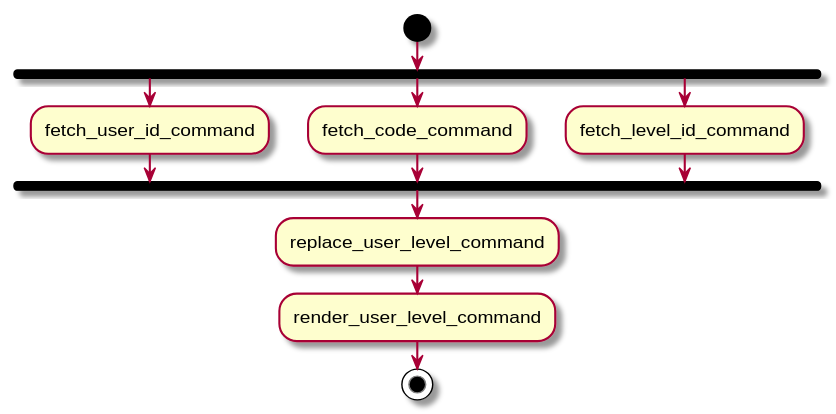
arpb2/C-3PO keeps this PlantUML diagram as build/uml/user_level_put_controller.svg. Above is the earlier version. The source it was exported from:
```plantuml
@startuml
start
fork
:fetch_user_id_command;
fork again
:fetch_code_command;
fork again
:fetch_level_id_command;
end fork
:replace_user_level_command;
:render_user_level_command;
stop
@enduml
```
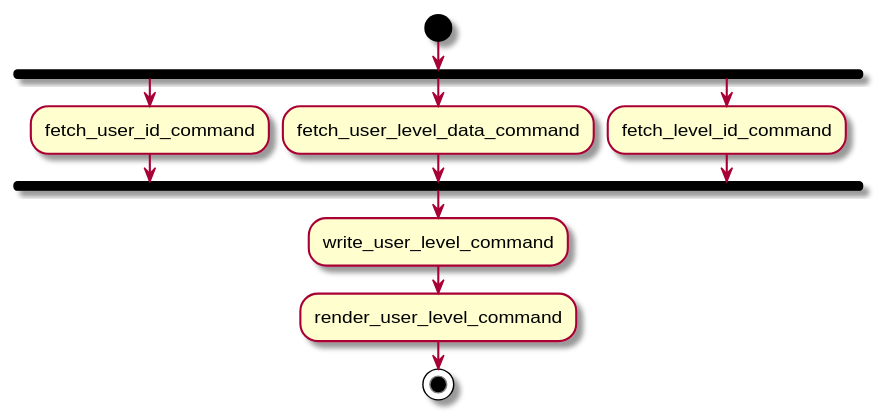
Above is the later version.

The edit, as a diff of the source:
```diff
@@ -3,11 +3,11 @@
 fork
 :fetch_user_id_command;
 fork again
-:fetch_code_command;
+:fetch_user_level_data_command;
 fork again
 :fetch_level_id_command;
 end fork
-:replace_user_level_command;
+:write_user_level_command;
 :render_user_level_command;
 stop
 @enduml
```
